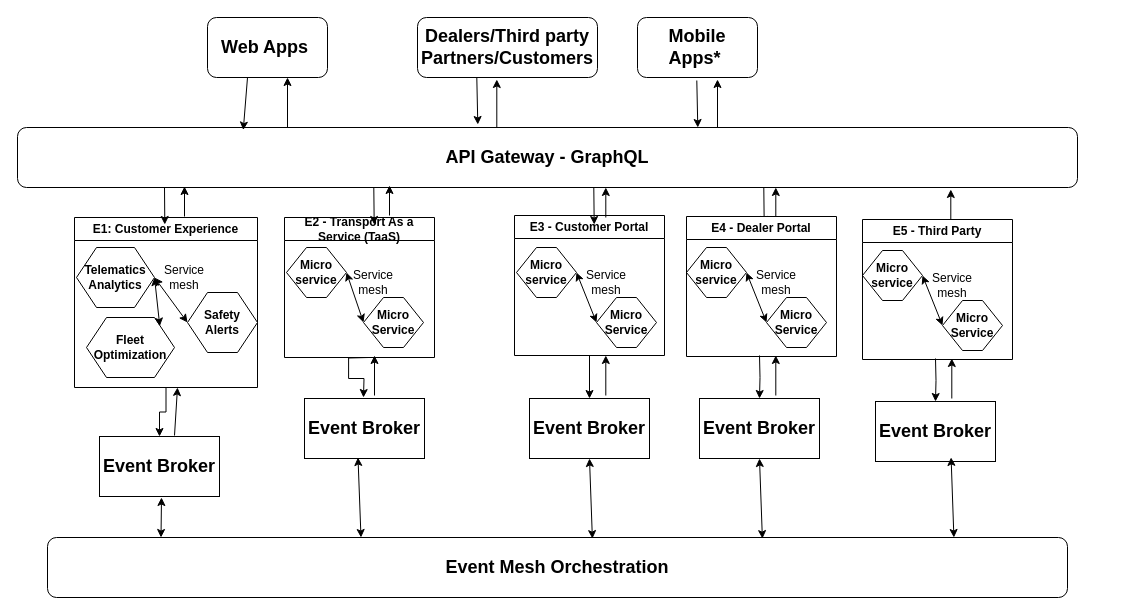
This is Untitled Diagram.drawio from atheeswaran/Dissertation_VehicleAPIPlatform, a draw.io file, before an edit. Source tidied: cells renumbered, new cells numbered last; positions are measured from the earlier drawing's top-left corner, leaving out a move shared by most shapes. Both pictures are drawn from the tidied source at 100%, with x=0, y=0 at pixel (17, 17).
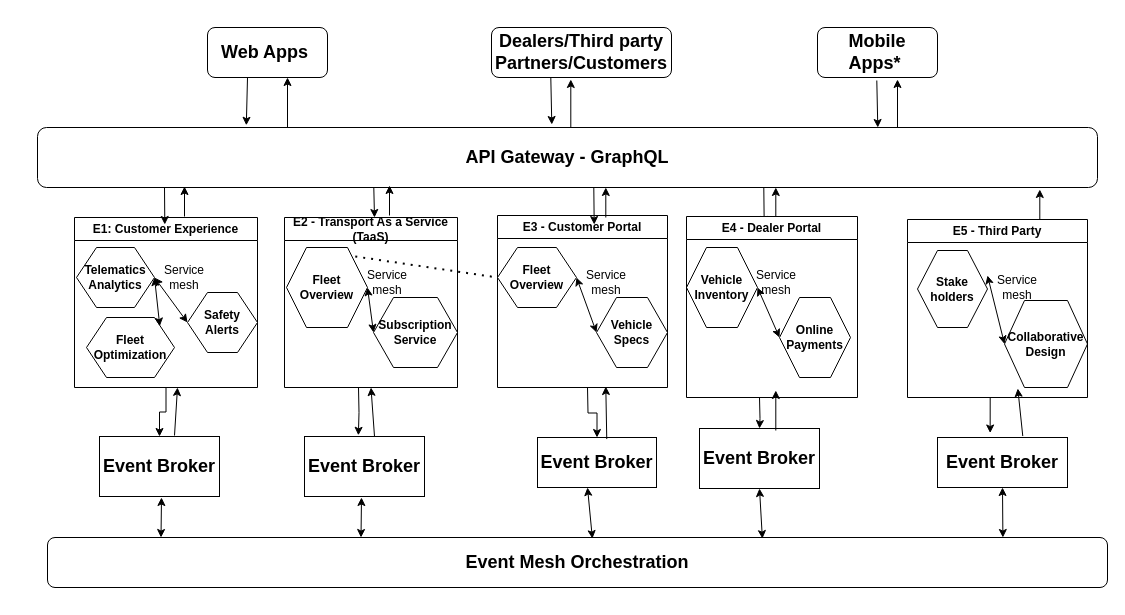
After the change.

The edit, as a diff of the source:
```diff
@@
     <mxCell id="2" value="&lt;b&gt;&lt;font style=&quot;font-size: 18px;&quot;&gt;API Gateway - GraphQL&lt;/font&gt;&lt;/b&gt;" style="rounded=1;whiteSpace=wrap;html=1;" parent="1" vertex="1">
-      <mxGeometry y="110" width="1060" height="60" as="geometry" />
+      <mxGeometry x="20" y="110" width="1060" height="60" as="geometry" />
     </mxCell>
     <mxCell id="3" value="&lt;b&gt;&lt;font style=&quot;font-size: 18px;&quot;&gt;Web Apps&amp;nbsp;&lt;/font&gt;&lt;/b&gt;" style="rounded=1;whiteSpace=wrap;html=1;" parent="1" vertex="1">
-      <mxGeometry x="190" width="120" height="60" as="geometry" />
+      <mxGeometry x="190" y="10" width="120" height="50" as="geometry" />
     </mxCell>
     <mxCell id="4" value="&lt;font style=&quot;font-size: 18px;&quot;&gt;&lt;b&gt;Dealers/Third party Partners/Customers&lt;/b&gt;&lt;/font&gt;" style="rounded=1;whiteSpace=wrap;html=1;" parent="1" vertex="1">
-      <mxGeometry x="400" width="180" height="60" as="geometry" />
+      <mxGeometry x="474" y="10" width="180" height="50" as="geometry" />
     </mxCell>
     <mxCell id="5" value="&lt;b&gt;&lt;font style=&quot;font-size: 18px;&quot;&gt;Mobile Apps*&amp;nbsp;&lt;/font&gt;&lt;/b&gt;" style="rounded=1;whiteSpace=wrap;html=1;" parent="1" vertex="1">
-      <mxGeometry x="620" width="120" height="60" as="geometry" />
+      <mxGeometry x="800" y="10" width="120" height="50" as="geometry" />
     </mxCell>
@@
-    <mxCell id="14" style="edgeStyle=orthogonalEdgeStyle;rounded=0;orthogonalLoop=1;jettySize=auto;html=1;" parent="1" edge="1">
+    <mxCell id="14" style="edgeStyle=orthogonalEdgeStyle;rounded=0;jettySize=auto;html=1;entryX=0.449;entryY=-0.02;entryDx=0;entryDy=0;entryPerimeter=0;" parent="1" edge="1" target="20">
       <mxGeometry relative="1" as="geometry">
-        <mxPoint x="351.1" y="340" as="sourcePoint" />
-        <mxPoint x="346" y="380" as="targetPoint" />
+        <mxPoint x="341" y="370" as="sourcePoint" />
       </mxGeometry>
     </mxCell>
     <mxCell id="15" value="E2 - Transport As a Service (TaaS)" style="swimlane;whiteSpace=wrap;html=1;" parent="1" vertex="1">
-      <mxGeometry x="267" y="200" width="150" height="140" as="geometry" />
+      <mxGeometry x="267" y="200" width="173" height="170" as="geometry" />
     </mxCell>
+    <mxCell id="32" value="&lt;b&gt;Subscription Service&lt;/b&gt;" style="shape=hexagon;perimeter=hexagonPerimeter2;whiteSpace=wrap;html=1;fixedSize=1;" parent="15" vertex="1">
+      <mxGeometry x="89" y="80" width="84" height="70" as="geometry" />
+    </mxCell>
+    <mxCell id="34" value="Service mesh" style="text;html=1;strokeColor=none;fillColor=none;align=center;verticalAlign=middle;whiteSpace=wrap;rounded=0;" parent="15" vertex="1">
+      <mxGeometry x="73" y="50" width="60" height="30" as="geometry" />
+    </mxCell>
-    <mxCell id="16" style="edgeStyle=orthogonalEdgeStyle;rounded=0;jettySize=auto;html=1;" parent="1" edge="1" source="17" target="21">
-      <mxGeometry relative="1" as="geometry" />
+    <mxCell id="16" style="edgeStyle=orthogonalEdgeStyle;rounded=0;jettySize=auto;html=1;" parent="1" edge="1" target="21">
+      <mxGeometry relative="1" as="geometry">
+        <mxPoint x="570" y="370" as="sourcePoint" />
+      </mxGeometry>
     </mxCell>
     <mxCell id="17" value="E3 - Customer Portal" style="swimlane;whiteSpace=wrap;html=1;" parent="1" vertex="1">
-      <mxGeometry x="497" y="198" width="150" height="140" as="geometry" />
+      <mxGeometry x="480" y="198" width="170" height="172" as="geometry" />
     </mxCell>
     <mxCell id="18" value="&lt;b&gt;&lt;font style=&quot;font-size: 18px;&quot;&gt;Event Mesh Orchestration&lt;/font&gt;&lt;/b&gt;" style="rounded=1;whiteSpace=wrap;html=1;" parent="1" vertex="1">
-      <mxGeometry x="30" y="520" width="1020" height="60" as="geometry" />
+      <mxGeometry x="30" y="520" width="1060" height="50" as="geometry" />
     </mxCell>
@@
     <mxCell id="20" value="&lt;b&gt;&lt;font style=&quot;font-size: 18px;&quot;&gt;Event Broker&lt;/font&gt;&lt;/b&gt;" style="rounded=0;whiteSpace=wrap;html=1;" parent="1" vertex="1">
-      <mxGeometry x="287" y="381" width="120" height="60" as="geometry" />
+      <mxGeometry x="287" y="419" width="120" height="60" as="geometry" />
     </mxCell>
     <mxCell id="21" value="&lt;b&gt;&lt;font style=&quot;font-size: 18px;&quot;&gt;Event Broker&lt;/font&gt;&lt;/b&gt;" style="rounded=0;whiteSpace=wrap;html=1;" parent="1" vertex="1">
-      <mxGeometry x="512" y="381" width="120" height="60" as="geometry" />
+      <mxGeometry x="520" y="420" width="119" height="50" as="geometry" />
     </mxCell>
-    <mxCell id="22" style="endArrow=classic;html=1;rounded=0;entryX=0.213;entryY=0.043;entryDx=0;entryDy=0;entryPerimeter=0;" parent="1" edge="1" target="2">
+    <mxCell id="22" style="endArrow=classic;html=1;rounded=0;entryX=0.197;entryY=-0.037;entryDx=0;entryDy=0;entryPerimeter=0;" parent="1" edge="1" target="2">
       <mxGeometry relative="1" as="geometry">
         <mxPoint x="230" y="60" as="sourcePoint" />
       </mxGeometry>
     </mxCell>
     <mxCell id="23" style="endArrow=classic;html=1;rounded=0;exitX=0.5;exitY=1;exitDx=0;exitDy=0;entryX=0.138;entryY=-0.043;entryDx=0;entryDy=0;entryPerimeter=0;" parent="1" edge="1">
       <mxGeometry relative="1" as="geometry">
-        <mxPoint x="459.3" y="60" as="sourcePoint" />
-        <mxPoint x="460.3" y="107" as="targetPoint" />
+        <mxPoint x="533.3" y="60" as="sourcePoint" />
+        <mxPoint x="534.3" y="107" as="targetPoint" />
       </mxGeometry>
     </mxCell>
     <mxCell id="24" style="endArrow=classic;html=1;rounded=0;exitX=0.5;exitY=1;exitDx=0;exitDy=0;entryX=0.138;entryY=-0.043;entryDx=0;entryDy=0;entryPerimeter=0;" parent="1" edge="1">
       <mxGeometry relative="1" as="geometry">
-        <mxPoint x="679.3" y="63" as="sourcePoint" />
-        <mxPoint x="680.3" y="110" as="targetPoint" />
+        <mxPoint x="859.3" y="63" as="sourcePoint" />
+        <mxPoint x="860.3" y="110" as="targetPoint" />
       </mxGeometry>
     </mxCell>
@@
-    <mxCell id="26" style="endArrow=classic;html=1;rounded=0;entryX=0.138;entryY=-0.043;entryDx=0;entryDy=0;entryPerimeter=0;" parent="1" edge="1">
+    <mxCell id="26" style="endArrow=classic;html=1;rounded=0;" parent="1" edge="1">
       <mxGeometry relative="1" as="geometry">
         <mxPoint x="356.3" y="170" as="sourcePoint" />
-        <mxPoint x="356.7" y="207" as="targetPoint" />
+        <mxPoint x="357" y="200" as="targetPoint" />
       </mxGeometry>
     </mxCell>
@@
     <mxCell id="29" style="endArrow=classic;html=1;rounded=0;entryX=0.178;entryY=-0.016;entryDx=0;entryDy=0;entryPerimeter=0;exitX=0.17;exitY=-0.03;exitDx=0;exitDy=0;exitPerimeter=0;" parent="1" edge="1">
       <mxGeometry relative="1" as="geometry">
-        <mxPoint x="479.3" y="110" as="sourcePoint" />
-        <mxPoint x="479.3" y="62" as="targetPoint" />
+        <mxPoint x="553.3" y="110" as="sourcePoint" />
+        <mxPoint x="553.3" y="62" as="targetPoint" />
       </mxGeometry>
     </mxCell>
     <mxCell id="30" style="endArrow=classic;html=1;rounded=0;entryX=0.178;entryY=-0.016;entryDx=0;entryDy=0;entryPerimeter=0;exitX=0.17;exitY=-0.03;exitDx=0;exitDy=0;exitPerimeter=0;" parent="1" edge="1">
       <mxGeometry relative="1" as="geometry">
-        <mxPoint x="700" y="110" as="sourcePoint" />
-        <mxPoint x="700" y="62" as="targetPoint" />
+        <mxPoint x="880" y="110" as="sourcePoint" />
+        <mxPoint x="880" y="62" as="targetPoint" />
       </mxGeometry>
     </mxCell>
-    <mxCell id="31" value="&lt;b&gt;Micro&lt;br&gt;service&lt;/b&gt;" style="shape=hexagon;perimeter=hexagonPerimeter2;whiteSpace=wrap;html=1;fixedSize=1;" parent="1" vertex="1">
-      <mxGeometry x="269" y="230" width="60" height="50" as="geometry" />
+    <mxCell id="31" value="&lt;b&gt;Fleet Overview&lt;/b&gt;" style="shape=hexagon;perimeter=hexagonPerimeter2;whiteSpace=wrap;html=1;fixedSize=1;" parent="1" vertex="1">
+      <mxGeometry x="269" y="230" width="81" height="80" as="geometry" />
     </mxCell>
-    <mxCell id="32" value="&lt;b&gt;Micro&lt;br&gt;Service&lt;/b&gt;" style="shape=hexagon;perimeter=hexagonPerimeter2;whiteSpace=wrap;html=1;fixedSize=1;" parent="1" vertex="1">
-      <mxGeometry x="346" y="280" width="60" height="50" as="geometry" />
-    </mxCell>
@@
-    <mxCell id="34" value="Service mesh" style="text;html=1;strokeColor=none;fillColor=none;align=center;verticalAlign=middle;whiteSpace=wrap;rounded=0;" parent="1" vertex="1">
-      <mxGeometry x="326" y="250" width="60" height="30" as="geometry" />
-    </mxCell>
-    <mxCell id="35" value="&lt;b&gt;Micro&lt;br&gt;service&lt;/b&gt;" style="shape=hexagon;perimeter=hexagonPerimeter2;whiteSpace=wrap;html=1;fixedSize=1;" parent="1" vertex="1">
-      <mxGeometry x="499" y="230" width="60" height="50" as="geometry" />
+    <mxCell id="35" value="&lt;b&gt;Fleet Overview&lt;/b&gt;" style="shape=hexagon;perimeter=hexagonPerimeter2;whiteSpace=wrap;html=1;fixedSize=1;" parent="1" vertex="1">
+      <mxGeometry x="480" y="230" width="79" height="60" as="geometry" />
     </mxCell>
-    <mxCell id="36" value="&lt;b&gt;Micro&lt;br&gt;Service&lt;/b&gt;" style="shape=hexagon;perimeter=hexagonPerimeter2;whiteSpace=wrap;html=1;fixedSize=1;" parent="1" vertex="1">
-      <mxGeometry x="579" y="280" width="60" height="50" as="geometry" />
+    <mxCell id="36" value="&lt;b&gt;Vehicle Specs&lt;/b&gt;" style="shape=hexagon;perimeter=hexagonPerimeter2;whiteSpace=wrap;html=1;fixedSize=1;" parent="1" vertex="1">
+      <mxGeometry x="579" y="280" width="71" height="70" as="geometry" />
     </mxCell>
@@
-    <mxCell id="39" style="endArrow=classic;startArrow=classic;html=1;rounded=0;entryX=0.5;entryY=1;entryDx=0;entryDy=0;exitX=0.803;exitY=0.019;exitDx=0;exitDy=0;exitPerimeter=0;" parent="1" edge="1" target="21">
+    <mxCell id="39" style="endArrow=classic;startArrow=classic;html=1;rounded=0;exitX=0.803;exitY=0.019;exitDx=0;exitDy=0;exitPerimeter=0;" parent="1" edge="1">
       <mxGeometry relative="1" as="geometry">
         <mxPoint x="574.9" y="521.1" as="sourcePoint" />
+        <mxPoint x="570" y="470" as="targetPoint" />
       </mxGeometry>
     </mxCell>
-    <mxCell id="40" style="endArrow=classic;startArrow=classic;html=1;rounded=0;entryX=0.5;entryY=1;entryDx=0;entryDy=0;exitX=0.803;exitY=0.019;exitDx=0;exitDy=0;exitPerimeter=0;" parent="1" edge="1">
+    <mxCell id="40" style="endArrow=classic;startArrow=classic;html=1;rounded=0;exitX=0.803;exitY=0.019;exitDx=0;exitDy=0;exitPerimeter=0;" parent="1" edge="1">
       <mxGeometry relative="1" as="geometry">
         <mxPoint x="343.5" y="520" as="sourcePoint" />
-        <mxPoint x="340.5" y="440" as="targetPoint" />
+        <mxPoint x="344" y="480" as="targetPoint" />
       </mxGeometry>
     </mxCell>
@@
-    <mxCell id="46" style="endArrow=classic;html=1;rounded=0;" parent="1" edge="1">
+    <mxCell id="46" style="endArrow=classic;html=1;rounded=0;entryX=0.5;entryY=1;entryDx=0;entryDy=0;" parent="1" edge="1" target="15">
       <mxGeometry relative="1" as="geometry">
-        <mxPoint x="357" y="378" as="sourcePoint" />
-        <mxPoint x="357" y="338" as="targetPoint" />
+        <mxPoint x="357" y="419" as="sourcePoint" />
       </mxGeometry>
     </mxCell>
-    <mxCell id="47" style="endArrow=classic;html=1;rounded=0;" parent="1" edge="1">
+    <mxCell id="47" style="endArrow=classic;html=1;rounded=0;exitX=0.582;exitY=0.031;exitDx=0;exitDy=0;exitPerimeter=0;" parent="1" edge="1" source="21">
       <mxGeometry relative="1" as="geometry">
-        <mxPoint x="588.3" y="378" as="sourcePoint" />
-        <mxPoint x="588.3" y="338" as="targetPoint" />
+        <mxPoint x="588.3" y="369" as="targetPoint" />
       </mxGeometry>
     </mxCell>
     <mxCell id="48" style="edgeStyle=orthogonalEdgeStyle;rounded=0;jettySize=auto;html=1;" parent="1" edge="1" target="49">
       <mxGeometry relative="1" as="geometry">
-        <mxPoint x="742" y="338" as="sourcePoint" />
+        <mxPoint x="742" y="380" as="sourcePoint" />
       </mxGeometry>
     </mxCell>
     <mxCell id="49" value="&lt;b&gt;&lt;font style=&quot;font-size: 18px;&quot;&gt;Event Broker&lt;/font&gt;&lt;/b&gt;" style="rounded=0;whiteSpace=wrap;html=1;" parent="1" vertex="1">
-      <mxGeometry x="682" y="381" width="120" height="60" as="geometry" />
+      <mxGeometry x="682" y="411" width="120" height="60" as="geometry" />
     </mxCell>
@@
-    <mxCell id="51" value="&lt;b&gt;Micro&lt;br&gt;service&lt;/b&gt;" style="shape=hexagon;perimeter=hexagonPerimeter2;whiteSpace=wrap;html=1;fixedSize=1;" parent="1" vertex="1">
-      <mxGeometry x="669" y="230" width="60" height="50" as="geometry" />
+    <mxCell id="51" value="&lt;b&gt;Vehicle Inventory&lt;/b&gt;" style="shape=hexagon;perimeter=hexagonPerimeter2;whiteSpace=wrap;html=1;fixedSize=1;" parent="1" vertex="1">
+      <mxGeometry x="669" y="230" width="71" height="80" as="geometry" />
     </mxCell>
-    <mxCell id="52" value="&lt;b&gt;Micro&lt;br&gt;Service&lt;/b&gt;" style="shape=hexagon;perimeter=hexagonPerimeter2;whiteSpace=wrap;html=1;fixedSize=1;" parent="1" vertex="1">
-      <mxGeometry x="749" y="280" width="60" height="50" as="geometry" />
+    <mxCell id="52" value="&lt;b&gt;Online Payments&lt;/b&gt;" style="shape=hexagon;perimeter=hexagonPerimeter2;whiteSpace=wrap;html=1;fixedSize=1;" parent="1" vertex="1">
+      <mxGeometry x="762" y="280" width="71" height="80" as="geometry" />
     </mxCell>
@@
-    <mxCell id="55" style="endArrow=classic;startArrow=classic;html=1;rounded=0;entryX=0.5;entryY=1;entryDx=0;entryDy=0;exitX=0.803;exitY=0.019;exitDx=0;exitDy=0;exitPerimeter=0;" parent="1" edge="1" target="49">
+    <mxCell id="55" style="endArrow=classic;startArrow=classic;html=1;rounded=0;exitX=0.803;exitY=0.019;exitDx=0;exitDy=0;exitPerimeter=0;entryX=0.5;entryY=1;entryDx=0;entryDy=0;" parent="1" edge="1" target="49">
       <mxGeometry relative="1" as="geometry">
         <mxPoint x="744.9" y="521.1" as="sourcePoint" />
       </mxGeometry>
     </mxCell>
@@
     <mxCell id="57" style="endArrow=classic;html=1;rounded=0;" parent="1" edge="1">
       <mxGeometry relative="1" as="geometry">
-        <mxPoint x="758.3" y="378" as="sourcePoint" />
-        <mxPoint x="758.3" y="338" as="targetPoint" />
+        <mxPoint x="758.3" y="413" as="sourcePoint" />
+        <mxPoint x="758.3" y="373" as="targetPoint" />
       </mxGeometry>
     </mxCell>
     <mxCell id="58" value="E4 - Dealer Portal" style="swimlane;whiteSpace=wrap;html=1;" parent="1" vertex="1">
-      <mxGeometry x="669" y="199" width="150" height="140" as="geometry" />
+      <mxGeometry x="669" y="199" width="171" height="181" as="geometry" />
     </mxCell>
-    <mxCell id="59" style="edgeStyle=orthogonalEdgeStyle;rounded=0;jettySize=auto;html=1;" parent="1" edge="1" target="60">
+    <mxCell id="59" style="edgeStyle=orthogonalEdgeStyle;rounded=0;jettySize=auto;html=1;entryX=0.405;entryY=-0.09;entryDx=0;entryDy=0;entryPerimeter=0;" parent="1" edge="1" target="60">
       <mxGeometry relative="1" as="geometry">
-        <mxPoint x="918" y="341" as="sourcePoint" />
+        <mxPoint x="984" y="380" as="sourcePoint" />
       </mxGeometry>
     </mxCell>
     <mxCell id="60" value="&lt;b&gt;&lt;font style=&quot;font-size: 18px;&quot;&gt;Event Broker&lt;/font&gt;&lt;/b&gt;" style="rounded=0;whiteSpace=wrap;html=1;" parent="1" vertex="1">
-      <mxGeometry x="858" y="384" width="120" height="60" as="geometry" />
+      <mxGeometry x="920" y="420" width="130" height="50" as="geometry" />
     </mxCell>
-    <mxCell id="61" value="&lt;b&gt;Micro&lt;br&gt;service&lt;/b&gt;" style="shape=hexagon;perimeter=hexagonPerimeter2;whiteSpace=wrap;html=1;fixedSize=1;" parent="1" vertex="1">
-      <mxGeometry x="845" y="233" width="60" height="50" as="geometry" />
+    <mxCell id="61" value="&lt;b&gt;Stake&lt;br&gt;holders&lt;/b&gt;" style="shape=hexagon;perimeter=hexagonPerimeter2;whiteSpace=wrap;html=1;fixedSize=1;" parent="1" vertex="1">
+      <mxGeometry x="900" y="233" width="70" height="77" as="geometry" />
     </mxCell>
-    <mxCell id="62" value="&lt;b&gt;Micro&lt;br&gt;Service&lt;/b&gt;" style="shape=hexagon;perimeter=hexagonPerimeter2;whiteSpace=wrap;html=1;fixedSize=1;" parent="1" vertex="1">
-      <mxGeometry x="925" y="283" width="60" height="50" as="geometry" />
+    <mxCell id="62" value="&lt;b&gt;Collaborative Design&lt;/b&gt;" style="shape=hexagon;perimeter=hexagonPerimeter2;whiteSpace=wrap;html=1;fixedSize=1;" parent="1" vertex="1">
+      <mxGeometry x="987" y="283" width="83" height="87" as="geometry" />
     </mxCell>
-    <mxCell id="63" style="endArrow=classic;startArrow=classic;html=1;rounded=0;exitX=1;exitY=0.5;exitDx=0;exitDy=0;entryX=0;entryY=0.5;entryDx=0;entryDy=0;" parent="1" edge="1" source="61" target="62">
-      <mxGeometry relative="1" as="geometry" />
+    <mxCell id="63" style="endArrow=classic;startArrow=classic;html=1;rounded=0;entryX=0;entryY=0.5;entryDx=0;entryDy=0;" parent="1" edge="1" target="62">
+      <mxGeometry relative="1" as="geometry">
+        <mxPoint x="970" y="258" as="sourcePoint" />
+      </mxGeometry>
     </mxCell>
-    <mxCell id="64" value="Service mesh" style="text;html=1;strokeColor=none;fillColor=none;align=center;verticalAlign=middle;whiteSpace=wrap;rounded=0;" parent="1" vertex="1">
-      <mxGeometry x="905" y="253" width="60" height="30" as="geometry" />
-    </mxCell>
-    <mxCell id="65" style="endArrow=classic;html=1;rounded=0;" parent="1" edge="1">
+    <mxCell id="65" style="endArrow=classic;html=1;rounded=0;exitX=0.656;exitY=-0.029;exitDx=0;exitDy=0;exitPerimeter=0;" parent="1" edge="1" source="60">
       <mxGeometry relative="1" as="geometry">
-        <mxPoint x="934.3" y="381" as="sourcePoint" />
-        <mxPoint x="934.3" y="341" as="targetPoint" />
+        <mxPoint x="1000.3" y="371" as="targetPoint" />
       </mxGeometry>
     </mxCell>
     <mxCell id="66" value="E5 - Third Party" style="swimlane;whiteSpace=wrap;html=1;" parent="1" vertex="1">
-      <mxGeometry x="845" y="202" width="150" height="140" as="geometry" />
+      <mxGeometry x="890" y="202" width="180" height="178" as="geometry" />
     </mxCell>
+    <mxCell id="64" value="Service mesh" style="text;html=1;strokeColor=none;fillColor=none;align=center;verticalAlign=middle;whiteSpace=wrap;rounded=0;" parent="66" vertex="1">
+      <mxGeometry x="80" y="53" width="60" height="30" as="geometry" />
+    </mxCell>
     <mxCell id="67" style="endArrow=classic;html=1;rounded=0;entryX=0.178;entryY=-0.016;entryDx=0;entryDy=0;entryPerimeter=0;" parent="1" edge="1">
       <mxGeometry relative="1" as="geometry">
-        <mxPoint x="933.3" y="202" as="sourcePoint" />
-        <mxPoint x="933.3" y="172" as="targetPoint" />
+        <mxPoint x="1022.3" y="202" as="sourcePoint" />
+        <mxPoint x="1022.3" y="172" as="targetPoint" />
       </mxGeometry>
     </mxCell>
-    <mxCell id="68" style="endArrow=classic;startArrow=classic;html=1;rounded=0;entryX=0.5;entryY=1;entryDx=0;entryDy=0;exitX=0.803;exitY=0.019;exitDx=0;exitDy=0;exitPerimeter=0;" parent="1" edge="1">
+    <mxCell id="68" style="endArrow=classic;startArrow=classic;html=1;rounded=0;exitX=0.803;exitY=0.019;exitDx=0;exitDy=0;exitPerimeter=0;" parent="1" edge="1">
       <mxGeometry relative="1" as="geometry">
-        <mxPoint x="936.4" y="520" as="sourcePoint" />
-        <mxPoint x="933.6" y="439.9" as="targetPoint" />
+        <mxPoint x="985.4" y="520" as="sourcePoint" />
+        <mxPoint x="985" y="470" as="targetPoint" />
       </mxGeometry>
     </mxCell>
+    <mxCell id="69" style="endArrow=none;dashed=1;html=1;dashPattern=1 3;strokeWidth=2;rounded=0;entryX=0;entryY=0.5;entryDx=0;entryDy=0;exitX=0.849;exitY=0.112;exitDx=0;exitDy=0;exitPerimeter=0;" parent="1" edge="1" source="31" target="35">
+      <mxGeometry relative="1" as="geometry" />
+    </mxCell>
```
